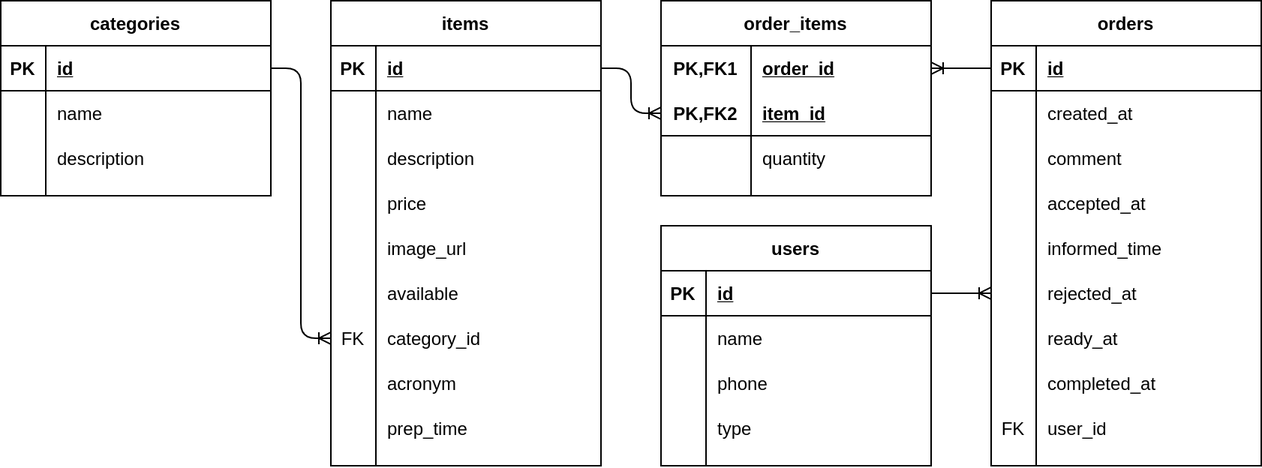
NX915/labber-eats keeps this draw.io diagram as docs/labber_eats_ERD.png. Above is the earlier version. Source tidied: cells renumbered, new cells last; positions are measured from the earlier drawing's top-left corner, leaving out a move shared by most shapes.
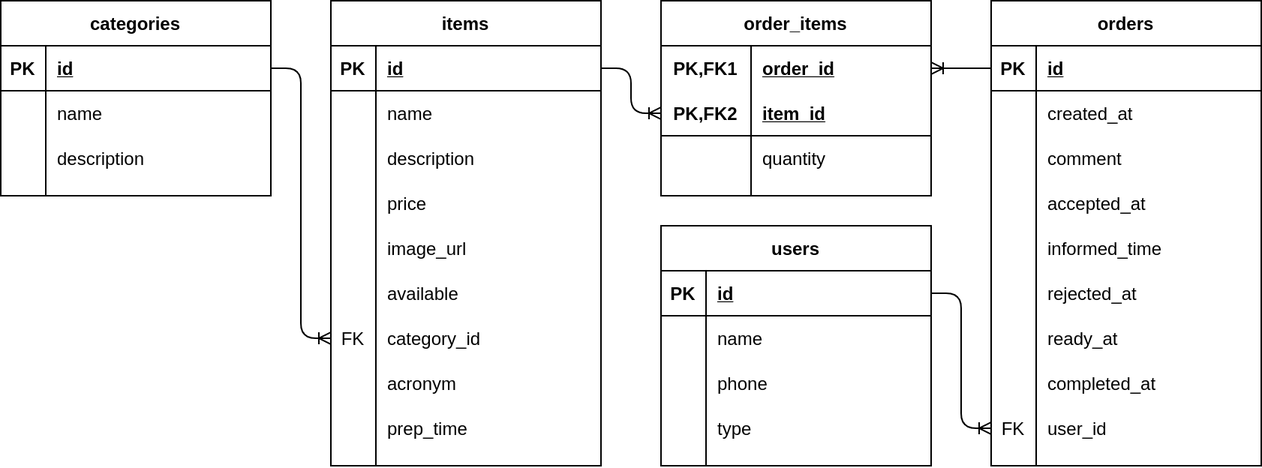
Later version of the same file.

Commit message:
Update ERD image to fix order-items/orders relation

Change to the diagram source:
```diff
@@ -5,7 +5,7 @@
     <mxCell id="2" style="edgeStyle=orthogonalEdgeStyle;fontSize=12;html=1;endArrow=ERoneToMany;exitX=0;exitY=0.5;exitDx=0;exitDy=0;entryX=1;entryY=0.5;entryDx=0;entryDy=0;" parent="1" edge="1" source="44" target="34">
       <mxGeometry relative="1" as="geometry" />
     </mxCell>
-    <mxCell id="3" style="edgeStyle=orthogonalEdgeStyle;fontSize=12;html=1;endArrow=ERoneToMany;entryX=0;entryY=0.5;entryDx=0;entryDy=0;exitX=1;exitY=0.5;exitDx=0;exitDy=0;" parent="1" edge="1" source="72" target="59">
+    <mxCell id="3" style="edgeStyle=orthogonalEdgeStyle;fontSize=12;html=1;endArrow=ERoneToMany;exitX=1;exitY=0.5;exitDx=0;exitDy=0;" parent="1" edge="1" source="72" target="68">
       <mxGeometry relative="1" as="geometry" />
     </mxCell>
     <mxCell id="4" style="edgeStyle=orthogonalEdgeStyle;fontSize=12;html=1;endArrow=ERoneToMany;exitX=1;exitY=0.5;exitDx=0;exitDy=0;entryX=0;entryY=0.5;entryDx=0;entryDy=0;" parent="1" edge="1" source="6" target="37">
```
